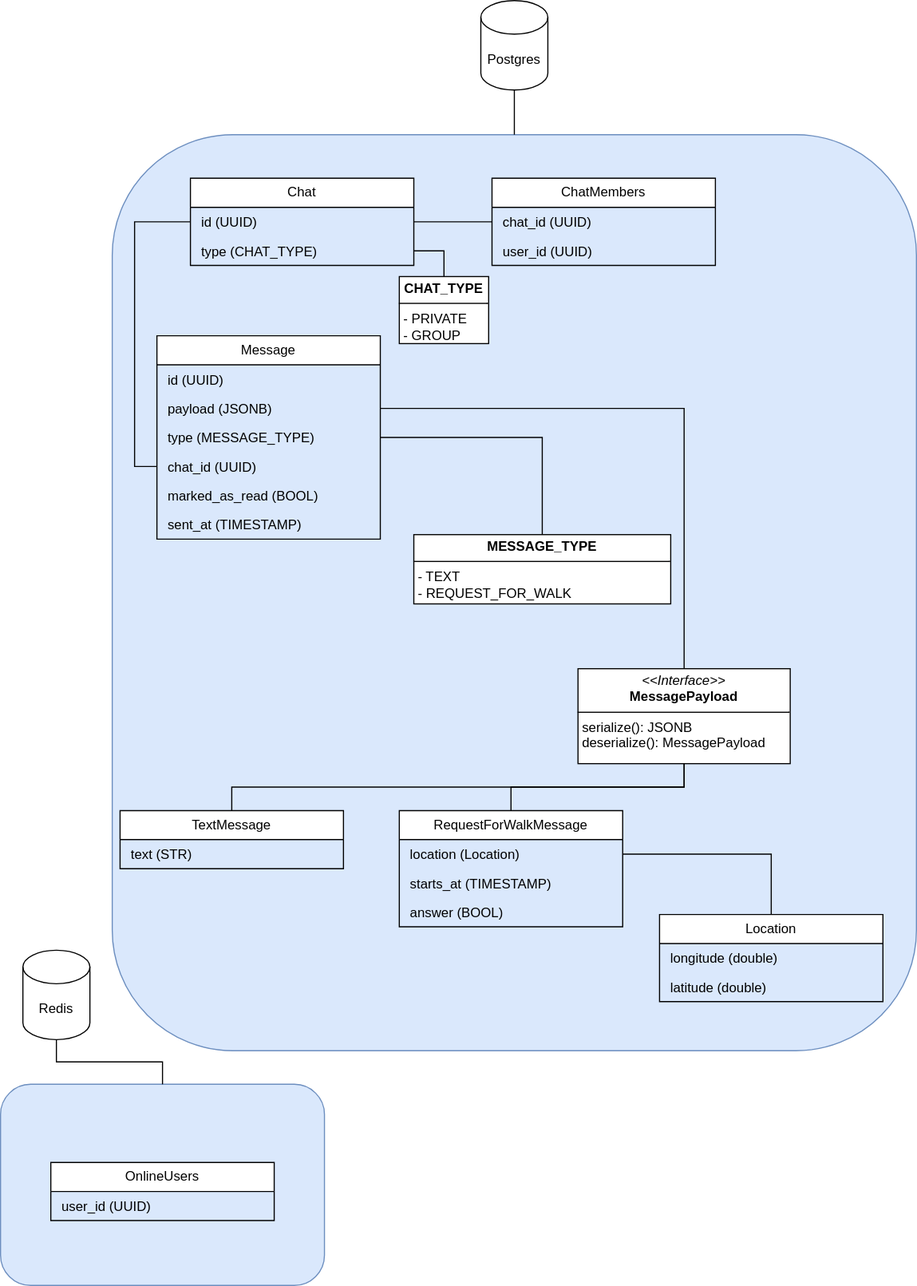
Earlier version of the draw.io export doc/img/domain_model.drawio.svg (ru-random-walk/chat-service). Source tidied: cells renumbered, new cells last; positions are measured from the earlier drawing's top-left corner, leaving out a move shared by most shapes.
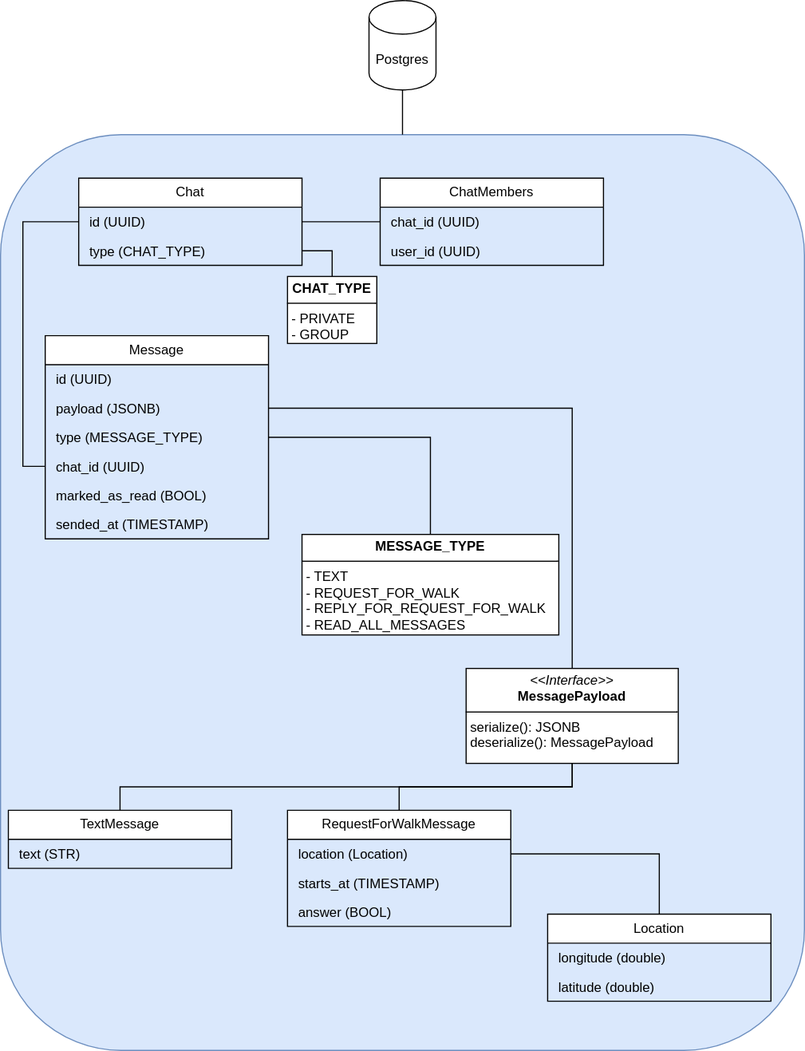
The same file after the commit.

Diff of the diagram source:
```diff
@@ -2,9 +2,6 @@
   <root>
     <mxCell id="0" />
     <mxCell id="1" parent="0" />
-    <mxCell id="2" style="rounded=1;whiteSpace=wrap;html=1;fontFamily=Helvetica;fontSize=11;labelBackgroundColor=default;fillColor=#dae8fc;strokeColor=#6c8ebf;" parent="1" vertex="1">
-      <mxGeometry y="970" width="290" height="180" as="geometry" />
-    </mxCell>
     <mxCell id="3" style="rounded=1;whiteSpace=wrap;html=1;fontFamily=Helvetica;fontSize=11;labelBackgroundColor=default;fillColor=#dae8fc;strokeColor=#6c8ebf;" parent="1" vertex="1">
       <mxGeometry x="100" y="120" width="720" height="820" as="geometry" />
     </mxCell>
@@ -26,11 +23,11 @@
     <mxCell id="9" value="&lt;p style=&quot;margin: 0px 0px 0px 4px;&quot;&gt;marked_as_read (BOOL)&lt;/p&gt;" style="text;strokeColor=none;fillColor=none;align=left;verticalAlign=top;spacingLeft=4;spacingRight=4;overflow=hidden;whiteSpace=wrap;html=1;" parent="4" vertex="1">
       <mxGeometry y="130" width="200" height="26" as="geometry" />
     </mxCell>
-    <mxCell id="10" value="&lt;p style=&quot;margin: 0px 0px 0px 4px;&quot;&gt;sent_at (TIMESTAMP)&lt;/p&gt;" style="text;strokeColor=none;fillColor=none;align=left;verticalAlign=top;spacingLeft=4;spacingRight=4;overflow=hidden;whiteSpace=wrap;html=1;" parent="4" vertex="1">
+    <mxCell id="10" value="&lt;p style=&quot;margin: 0px 0px 0px 4px;&quot;&gt;sended_at (TIMESTAMP)&lt;/p&gt;" style="text;strokeColor=none;fillColor=none;align=left;verticalAlign=top;spacingLeft=4;spacingRight=4;overflow=hidden;whiteSpace=wrap;html=1;" parent="4" vertex="1">
       <mxGeometry y="156" width="200" height="26" as="geometry" />
     </mxCell>
-    <mxCell id="11" value="&lt;p style=&quot;margin:0px;margin-top:4px;text-align:center;&quot;&gt;&lt;b style=&quot;text-align: left;&quot;&gt;MESSAGE_TYPE&lt;/b&gt;&lt;br&gt;&lt;/p&gt;&lt;hr size=&quot;1&quot; style=&quot;border-style:solid;&quot;&gt;&lt;p style=&quot;margin:0px;margin-left:4px;&quot;&gt;- TEXT&lt;/p&gt;&lt;p style=&quot;margin:0px;margin-left:4px;&quot;&gt;- REQUEST_FOR_WALK&lt;/p&gt;" style="verticalAlign=top;align=left;overflow=fill;html=1;whiteSpace=wrap;" parent="1" vertex="1">
-      <mxGeometry x="370" y="478" width="230" height="62" as="geometry" />
+    <mxCell id="11" value="&lt;p style=&quot;margin:0px;margin-top:4px;text-align:center;&quot;&gt;&lt;b style=&quot;text-align: left;&quot;&gt;MESSAGE_TYPE&lt;/b&gt;&lt;br&gt;&lt;/p&gt;&lt;hr size=&quot;1&quot; style=&quot;border-style:solid;&quot;&gt;&lt;p style=&quot;margin:0px;margin-left:4px;&quot;&gt;- TEXT&lt;/p&gt;&lt;p style=&quot;margin:0px;margin-left:4px;&quot;&gt;- REQUEST_FOR_WALK&lt;/p&gt;&lt;p style=&quot;margin:0px;margin-left:4px;&quot;&gt;- REPLY_FOR_&lt;span style=&quot;background-color: initial;&quot;&gt;REQUEST_FOR_WALK&lt;br&gt;- READ_ALL_MESSAGES&lt;/span&gt;&lt;/p&gt;" style="verticalAlign=top;align=left;overflow=fill;html=1;whiteSpace=wrap;" parent="1" vertex="1">
+      <mxGeometry x="370" y="478" width="230" height="90" as="geometry" />
     </mxCell>
     <mxCell id="12" style="edgeStyle=orthogonalEdgeStyle;rounded=0;jettySize=auto;html=1;exitX=1;exitY=0.5;exitDx=0;exitDy=0;endArrow=none;endFill=0;" parent="1" edge="1" source="7" target="11">
       <mxGeometry relative="1" as="geometry" />
@@ -77,18 +74,6 @@
     <mxCell id="26" style="edgeStyle=orthogonalEdgeStyle;rounded=0;jettySize=auto;html=1;exitX=1;exitY=0.5;exitDx=0;exitDy=0;endArrow=none;endFill=0;" parent="1" edge="1" source="20" target="23">
       <mxGeometry relative="1" as="geometry" />
     </mxCell>
-    <mxCell id="27" value="OnlineUsers" style="swimlane;fontStyle=0;horizontal=1;startSize=26;fillColor=#FFFFFF;whiteSpace=wrap;html=1;" parent="1" vertex="1">
-      <mxGeometry x="45" y="1040" width="200" height="52" as="geometry" />
-    </mxCell>
-    <mxCell id="28" value="&lt;p style=&quot;margin: 0px 0px 0px 4px;&quot;&gt;&lt;span style=&quot;background-color: initial;&quot;&gt;user_id (UUID)&lt;/span&gt;&lt;br&gt;&lt;/p&gt;" style="text;strokeColor=none;fillColor=none;align=left;verticalAlign=top;spacingLeft=4;spacingRight=4;overflow=hidden;whiteSpace=wrap;html=1;" parent="27" vertex="1">
-      <mxGeometry y="26" width="200" height="26" as="geometry" />
-    </mxCell>
-    <mxCell id="29" style="edgeStyle=orthogonalEdgeStyle;shape=connector;rounded=0;jettySize=auto;html=1;exitX=0.5;exitY=1;exitDx=0;exitDy=0;exitPerimeter=0;strokeColor=default;align=center;verticalAlign=middle;fontFamily=Helvetica;fontSize=11;fontColor=default;labelBackgroundColor=default;endArrow=none;endFill=0;" parent="1" edge="1" source="30" target="2">
-      <mxGeometry relative="1" as="geometry" />
-    </mxCell>
-    <mxCell id="30" value="Redis" style="shape=cylinder3;whiteSpace=wrap;html=1;boundedLbl=1;backgroundOutline=1;size=15;" parent="1" vertex="1">
-      <mxGeometry x="20" y="850" width="60" height="80" as="geometry" />
-    </mxCell>
     <mxCell id="31" style="edgeStyle=orthogonalEdgeStyle;shape=connector;rounded=0;jettySize=auto;html=1;exitX=0.5;exitY=1;exitDx=0;exitDy=0;exitPerimeter=0;entryX=0.5;entryY=0;entryDx=0;entryDy=0;strokeColor=default;align=center;verticalAlign=middle;fontFamily=Helvetica;fontSize=11;fontColor=default;labelBackgroundColor=default;endArrow=none;endFill=0;" parent="1" edge="1" source="32" target="3">
       <mxGeometry relative="1" as="geometry" />
     </mxCell>
```
